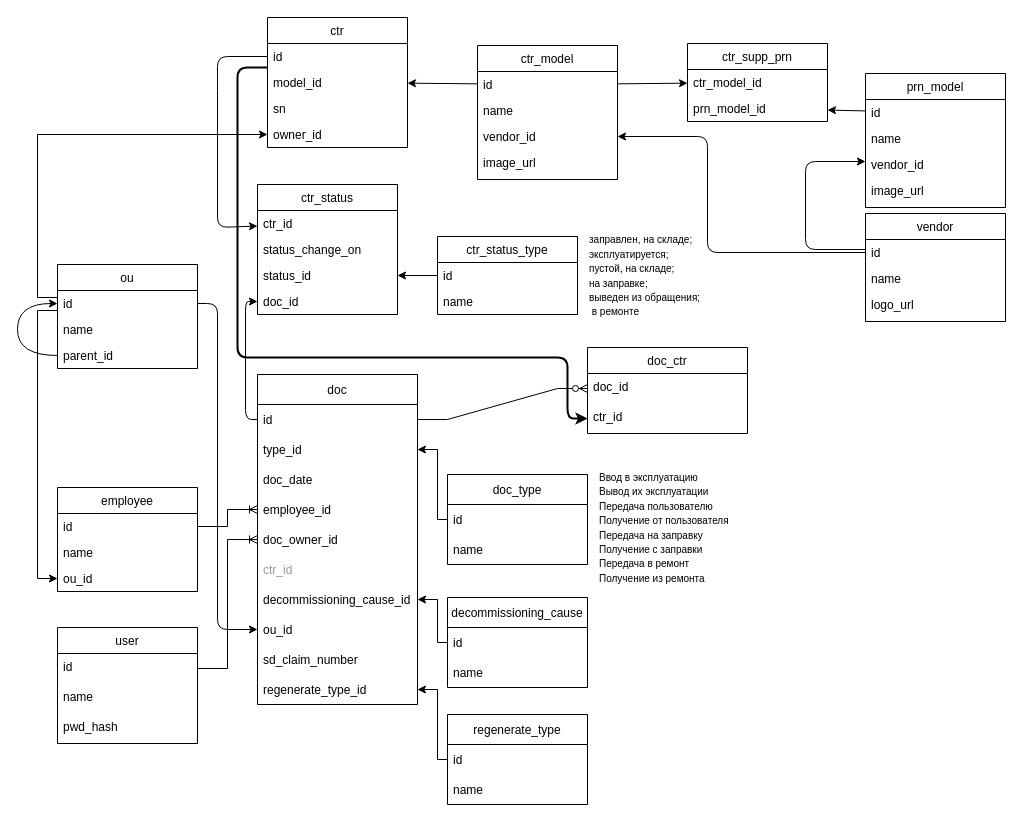
This is docs/cartridge_accounting.drawio from IgorTkachuk/caartridge_accounting, a draw.io file, before an edit. Source tidied: cells renumbered, new cells numbered last; positions are measured from the earlier drawing's top-left corner, leaving out a move shared by most shapes. Both pictures are drawn from the tidied source at 100%, with x=0, y=0 at pixel (17, 17).
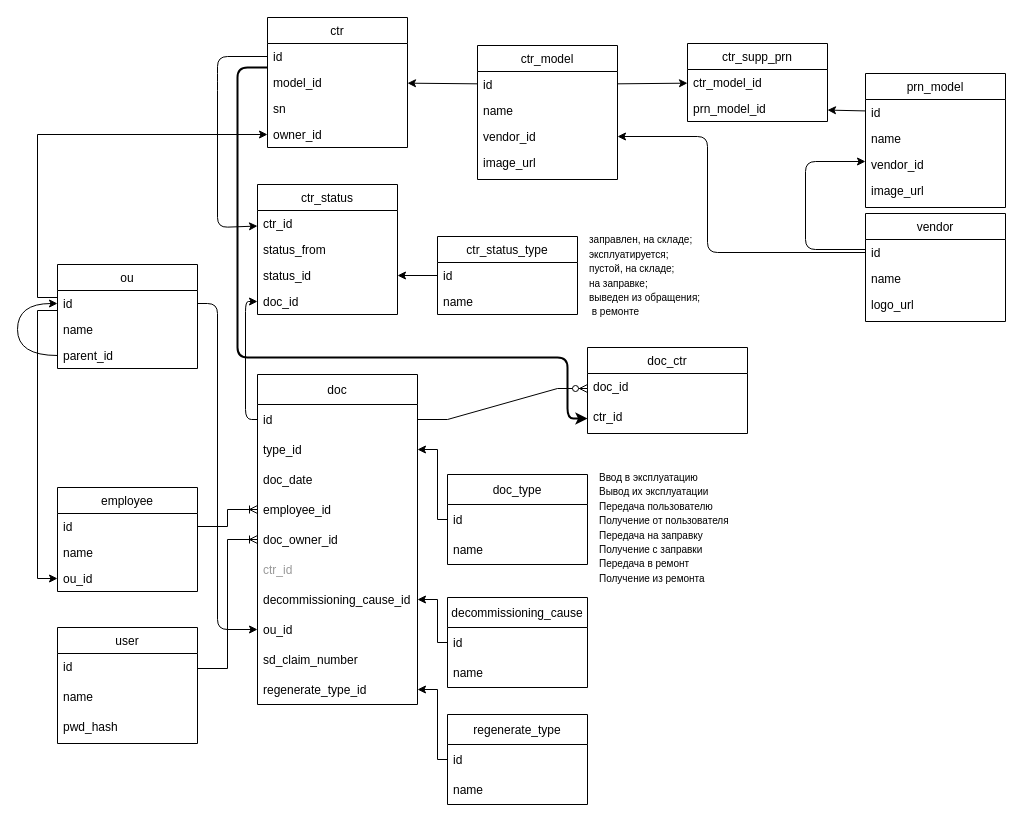
After the change.

Commit message:
rename some field on DB schema diagram

The change refers to these unchanged cells:
```xml
<mxCell id="27" value="ctr_status" style="swimlane;fontStyle=0;horizontal=1;startSize=26;" parent="1" vertex="1">
  <mxGeometry x="240" y="167" width="140" height="130" as="geometry" />
</mxCell>
```

Diff of the diagram source:
```diff
@@
-    <mxCell id="29" value="status_change_on" style="text;strokeColor=none;fillColor=none;align=left;verticalAlign=top;spacingLeft=4;spacingRight=4;overflow=hidden;" parent="27" vertex="1">
+    <mxCell id="29" value="status_from" style="text;strokeColor=none;fillColor=none;align=left;verticalAlign=top;spacingLeft=4;spacingRight=4;overflow=hidden;" parent="27" vertex="1">
       <mxGeometry y="52" width="140" height="26" as="geometry" />
     </mxCell>
```
